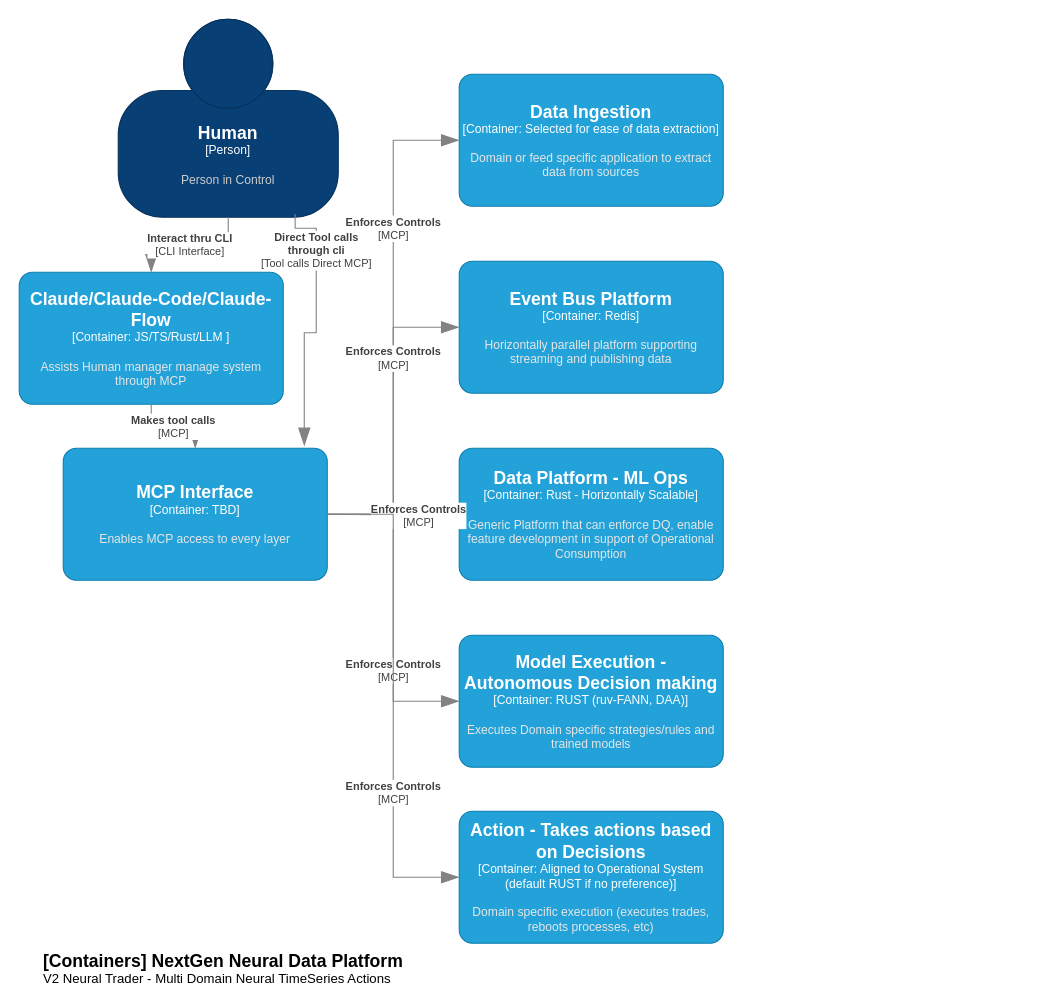
Earlier version of the draw.io diagram product/features/v2Planning/NextGenV2HighLevelC4Container.drawio (dug-21/neural-data-platform). Source tidied: cells renumbered, new cells numbered last; positions are measured from the earlier drawing's top-left corner, leaving out a move shared by most shapes. Both pictures are drawn from the tidied source at 110%, with x=0, y=0 at pixel (19, 19).
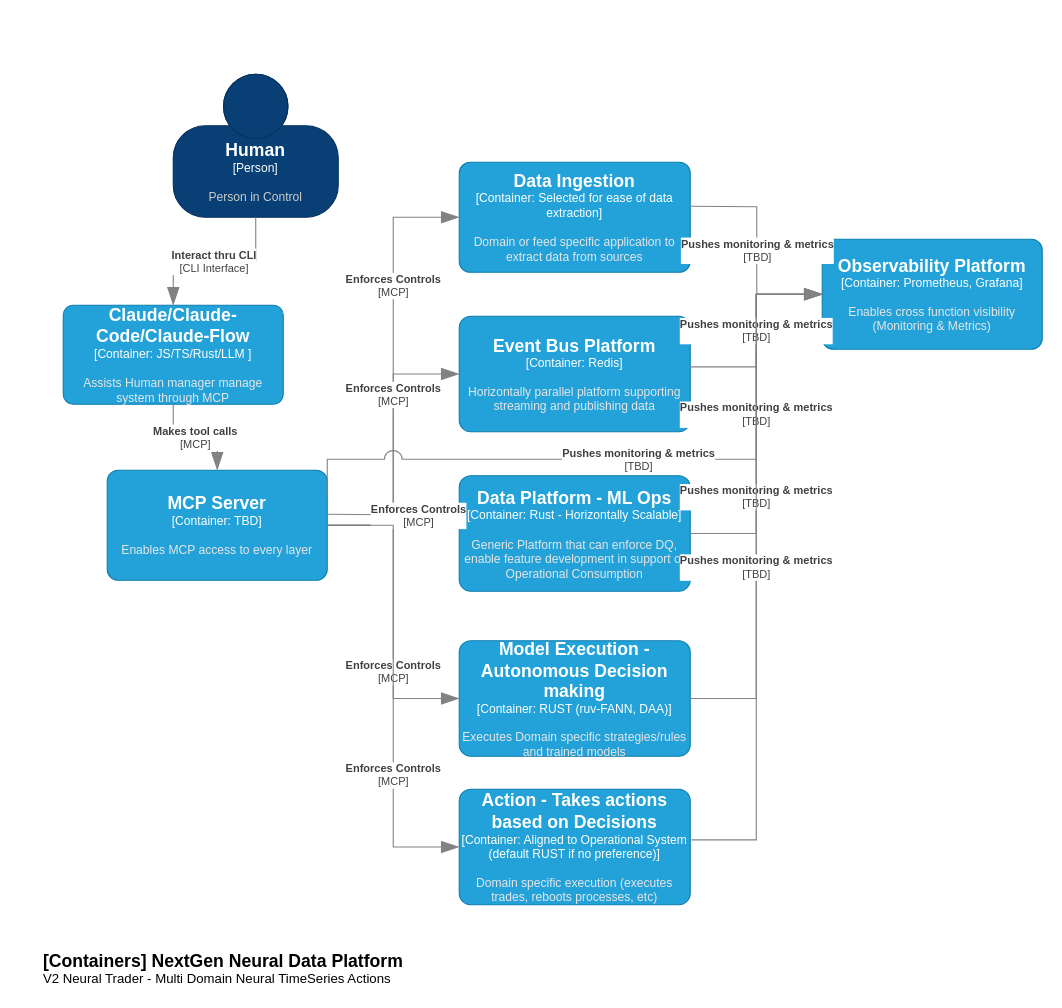
After the change.

Diff of the diagram source:
```diff
@@
     <object id="2" label="&lt;font style=&quot;font-size: 16px&quot;&gt;&lt;b&gt;%c4Name%&lt;/b&gt;&lt;/font&gt;&lt;div&gt;[%c4Type%: %c4Technology%]&lt;/div&gt;&lt;br&gt;&lt;div&gt;&lt;font style=&quot;font-size: 11px&quot;&gt;&lt;font color=&quot;#E6E6E6&quot;&gt;%c4Description%&lt;/font&gt;&lt;/div&gt;" c4Description="Domain or feed specific application to extract data from sources" c4Name="Data Ingestion" c4Technology="Selected for ease of data extraction" c4Type="Container" placeholders="1">
       <mxCell style="rounded=1;whiteSpace=wrap;html=1;fontSize=11;labelBackgroundColor=none;fillColor=#23A2D9;fontColor=#ffffff;align=center;arcSize=10;strokeColor=#0E7DAD;points=[[0.25,0,0],[0.5,0,0],[0.75,0,0],[1,0.25,0],[1,0.5,0],[1,0.75,0],[0.75,1,0],[0.5,1,0],[0.25,1,0],[0,0.75,0],[0,0.5,0],[0,0.25,0]];" parent="1" vertex="1">
-        <mxGeometry x="400" y="50" width="240" height="120" as="geometry" />
+        <mxGeometry x="400" y="130" width="210" height="100" as="geometry" />
       </mxCell>
     </object>
     <object id="3" label="&lt;font style=&quot;font-size: 16px&quot;&gt;&lt;b&gt;%c4Name%&lt;/b&gt;&lt;/font&gt;&lt;div&gt;[%c4Type%: %c4Technology%]&lt;/div&gt;&lt;br&gt;&lt;div&gt;&lt;font style=&quot;font-size: 11px&quot;&gt;&lt;font color=&quot;#E6E6E6&quot;&gt;%c4Description%&lt;/font&gt;&lt;/div&gt;" c4Description="Horizontally parallel platform supporting streaming and publishing data" c4Name="Event Bus Platform" c4Technology="Redis" c4Type="Container" placeholders="1">
       <mxCell style="rounded=1;whiteSpace=wrap;html=1;fontSize=11;labelBackgroundColor=none;fillColor=#23A2D9;fontColor=#ffffff;align=center;arcSize=10;strokeColor=#0E7DAD;points=[[0.25,0,0],[0.5,0,0],[0.75,0,0],[1,0.25,0],[1,0.5,0],[1,0.75,0],[0.75,1,0],[0.5,1,0],[0.25,1,0],[0,0.75,0],[0,0.5,0],[0,0.25,0]];" parent="1" vertex="1">
-        <mxGeometry x="400" y="220" width="240" height="120" as="geometry" />
+        <mxGeometry x="400" y="270" width="210" height="105" as="geometry" />
       </mxCell>
     </object>
     <object id="4" label="&lt;font style=&quot;font-size: 16px&quot;&gt;&lt;b&gt;%c4Name%&lt;/b&gt;&lt;/font&gt;&lt;div&gt;[%c4Type%: %c4Technology%]&lt;/div&gt;&lt;br&gt;&lt;div&gt;&lt;font style=&quot;font-size: 11px&quot;&gt;&lt;font color=&quot;#E6E6E6&quot;&gt;%c4Description%&lt;/font&gt;&lt;/div&gt;" c4Description="Generic Platform that can enforce DQ, enable feature development in support of Operational Consumption" c4Name="Data Platform - ML Ops" c4Technology="Rust - Horizontally Scalable" c4Type="Container" placeholders="1">
       <mxCell style="rounded=1;whiteSpace=wrap;html=1;fontSize=11;labelBackgroundColor=none;fillColor=#23A2D9;fontColor=#ffffff;align=center;arcSize=10;strokeColor=#0E7DAD;points=[[0.25,0,0],[0.5,0,0],[0.75,0,0],[1,0.25,0],[1,0.5,0],[1,0.75,0],[0.75,1,0],[0.5,1,0],[0.25,1,0],[0,0.75,0],[0,0.5,0],[0,0.25,0]];" parent="1" vertex="1">
-        <mxGeometry x="400" y="390" width="240" height="120" as="geometry" />
+        <mxGeometry x="400" y="415" width="210" height="105" as="geometry" />
       </mxCell>
     </object>
     <object id="5" label="&lt;font style=&quot;font-size: 16px&quot;&gt;&lt;b&gt;%c4Name%&lt;/b&gt;&lt;/font&gt;&lt;div&gt;[%c4Type%: %c4Technology%]&lt;/div&gt;&lt;br&gt;&lt;div&gt;&lt;font style=&quot;font-size: 11px&quot;&gt;&lt;font color=&quot;#E6E6E6&quot;&gt;%c4Description%&lt;/font&gt;&lt;/div&gt;" c4Description="Executes Domain specific strategies/rules and trained models" c4Name="Model Execution - Autonomous Decision making" c4Technology="RUST (ruv-FANN, DAA)" c4Type="Container" placeholders="1">
       <mxCell style="rounded=1;whiteSpace=wrap;html=1;fontSize=11;labelBackgroundColor=none;fillColor=#23A2D9;fontColor=#ffffff;align=center;arcSize=10;strokeColor=#0E7DAD;points=[[0.25,0,0],[0.5,0,0],[0.75,0,0],[1,0.25,0],[1,0.5,0],[1,0.75,0],[0.75,1,0],[0.5,1,0],[0.25,1,0],[0,0.75,0],[0,0.5,0],[0,0.25,0]];" parent="1" vertex="1">
-        <mxGeometry x="400" y="560" width="240" height="120" as="geometry" />
+        <mxGeometry x="400" y="565" width="210" height="105" as="geometry" />
       </mxCell>
     </object>
     <object id="6" label="&lt;font style=&quot;font-size: 16px&quot;&gt;&lt;b&gt;%c4Name%&lt;/b&gt;&lt;/font&gt;&lt;div&gt;[%c4Type%: %c4Technology%]&lt;/div&gt;&lt;br&gt;&lt;div&gt;&lt;font style=&quot;font-size: 11px&quot;&gt;&lt;font color=&quot;#E6E6E6&quot;&gt;%c4Description%&lt;/font&gt;&lt;/div&gt;" c4Description="Domain specific execution (executes trades, reboots processes, etc)" c4Name="Action - Takes actions based on Decisions" c4Technology="Aligned to Operational System (default RUST if no preference)" c4Type="Container" placeholders="1">
       <mxCell style="rounded=1;whiteSpace=wrap;html=1;fontSize=11;labelBackgroundColor=none;fillColor=#23A2D9;fontColor=#ffffff;align=center;arcSize=10;strokeColor=#0E7DAD;points=[[0.25,0,0],[0.5,0,0],[0.75,0,0],[1,0.25,0],[1,0.5,0],[1,0.75,0],[0.75,1,0],[0.5,1,0],[0.25,1,0],[0,0.75,0],[0,0.5,0],[0,0.25,0]];" parent="1" vertex="1">
-        <mxGeometry x="400" y="720" width="240" height="120" as="geometry" />
+        <mxGeometry x="400" y="700" width="210" height="105" as="geometry" />
       </mxCell>
     </object>
-    <object id="7" label="&lt;font style=&quot;font-size: 16px&quot;&gt;&lt;b&gt;%c4Name%&lt;/b&gt;&lt;/font&gt;&lt;div&gt;[%c4Type%: %c4Technology%]&lt;/div&gt;&lt;br&gt;&lt;div&gt;&lt;font style=&quot;font-size: 11px&quot;&gt;&lt;font color=&quot;#E6E6E6&quot;&gt;%c4Description%&lt;/font&gt;&lt;/div&gt;" c4Description="Enables MCP access to every layer" c4Name="MCP Interface" c4Technology="TBD" c4Type="Container" placeholders="1">
+    <object id="7" label="&lt;font style=&quot;font-size: 16px&quot;&gt;&lt;b&gt;%c4Name%&lt;/b&gt;&lt;/font&gt;&lt;div&gt;[%c4Type%: %c4Technology%]&lt;/div&gt;&lt;br&gt;&lt;div&gt;&lt;font style=&quot;font-size: 11px&quot;&gt;&lt;font color=&quot;#E6E6E6&quot;&gt;%c4Description%&lt;/font&gt;&lt;/div&gt;" c4Description="Enables MCP access to every layer" c4Name="MCP Server" c4Technology="TBD" c4Type="Container" placeholders="1">
       <mxCell style="rounded=1;whiteSpace=wrap;html=1;fontSize=11;labelBackgroundColor=none;fillColor=#23A2D9;fontColor=#ffffff;align=center;arcSize=10;strokeColor=#0E7DAD;points=[[0.25,0,0],[0.5,0,0],[0.75,0,0],[1,0.25,0],[1,0.5,0],[1,0.75,0],[0.75,1,0],[0.5,1,0],[0.25,1,0],[0,0.75,0],[0,0.5,0],[0,0.25,0]];" parent="1" vertex="1">
-        <mxGeometry x="40" y="390" width="240" height="120" as="geometry" />
+        <mxGeometry x="80" y="410" width="200" height="100" as="geometry" />
       </mxCell>
     </object>
     <object id="8" label="&lt;font style=&quot;font-size: 16px&quot;&gt;&lt;b&gt;%c4Name%&lt;/b&gt;&lt;/font&gt;&lt;div&gt;[%c4Type%: %c4Technology%]&lt;/div&gt;&lt;br&gt;&lt;div&gt;&lt;font style=&quot;font-size: 11px&quot;&gt;&lt;font color=&quot;#E6E6E6&quot;&gt;%c4Description%&lt;/font&gt;&lt;/div&gt;" c4Description="Assists Human manager manage system through MCP" c4Name="Claude/Claude-Code/Claude-Flow" c4Technology="JS/TS/Rust/LLM " c4Type="Container" placeholders="1">
       <mxCell style="rounded=1;whiteSpace=wrap;html=1;fontSize=11;labelBackgroundColor=none;fillColor=#23A2D9;fontColor=#ffffff;align=center;arcSize=10;strokeColor=#0E7DAD;points=[[0.25,0,0],[0.5,0,0],[0.75,0,0],[1,0.25,0],[1,0.5,0],[1,0.75,0],[0.75,1,0],[0.5,1,0],[0.25,1,0],[0,0.75,0],[0,0.5,0],[0,0.25,0]];" parent="1" vertex="1">
-        <mxGeometry y="230" width="240" height="120" as="geometry" />
+        <mxGeometry x="40" y="260" width="200" height="90" as="geometry" />
       </mxCell>
     </object>
     <object id="9" label="&lt;font style=&quot;font-size: 16px&quot;&gt;&lt;b&gt;%c4Name%&lt;/b&gt;&lt;/font&gt;&lt;div&gt;[%c4Type%]&lt;/div&gt;&lt;br&gt;&lt;div&gt;&lt;font style=&quot;font-size: 11px&quot;&gt;&lt;font color=&quot;#cccccc&quot;&gt;%c4Description%&lt;/font&gt;&lt;/div&gt;" c4Description="Person in Control" c4Name="Human" c4Type="Person" placeholders="1">
       <mxCell style="html=1;fontSize=11;dashed=0;whiteSpace=wrap;fillColor=#083F75;strokeColor=#06315C;fontColor=#ffffff;shape=mxgraph.c4.person2;align=center;points=[[0.5,0,0],[1,0.5,0],[1,0.75,0],[0.75,1,0],[0.5,1,0],[0.25,1,0],[0,0.75,0],[0,0.5,0]];" parent="1" vertex="1">
-        <mxGeometry x="90" width="200" height="180" as="geometry" />
+        <mxGeometry x="140" y="50" width="150" height="130" as="geometry" />
       </mxCell>
     </object>
@@
-    <object id="17" label="&lt;div style=&quot;text-align: left&quot;&gt;&lt;div style=&quot;text-align: center&quot;&gt;&lt;b&gt;%c4Description%&lt;/b&gt;&lt;/div&gt;&lt;div style=&quot;text-align: center&quot;&gt;[%c4Technology%]&lt;/div&gt;&lt;/div&gt;" c4Description="Direct Tool calls &#10;through cli" c4Technology="Tool calls Direct MCP" placeholders="1">
-      <mxCell style="endArrow=blockThin;html=1;fontSize=10;fontColor=#404040;strokeWidth=1;endFill=1;strokeColor=#828282;elbow=vertical;endSize=14;startSize=14;jumpStyle=arc;jumpSize=16;rounded=0;edgeStyle=orthogonalEdgeStyle;entryX=0.913;entryY=-0.018;entryDx=0;entryDy=0;entryPerimeter=0;exitX=0.804;exitY=0.983;exitDx=0;exitDy=0;exitPerimeter=0;" parent="1" edge="1" source="9" target="7">
-        <mxGeometry x="-0.57" relative="1" as="geometry">
-          <Array as="points">
-            <mxPoint x="251" y="190" />
-            <mxPoint x="270" y="190" />
-            <mxPoint x="270" y="285" />
-            <mxPoint x="259" y="285" />
-          </Array>
-        </mxGeometry>
-      </mxCell>
-    </object>
@@
+    <object id="19" label="&lt;font style=&quot;font-size: 16px&quot;&gt;&lt;b&gt;%c4Name%&lt;/b&gt;&lt;/font&gt;&lt;div&gt;[%c4Type%: %c4Technology%]&lt;/div&gt;&lt;br&gt;&lt;div&gt;&lt;font style=&quot;font-size: 11px&quot;&gt;&lt;font color=&quot;#E6E6E6&quot;&gt;%c4Description%&lt;/font&gt;&lt;/div&gt;" c4Description="Enables cross function visibility (Monitoring &amp; Metrics)" c4Name="Observability Platform" c4Technology="Prometheus, Grafana" c4Type="Container" placeholders="1">
+      <mxCell style="rounded=1;whiteSpace=wrap;html=1;fontSize=11;labelBackgroundColor=none;fillColor=#23A2D9;fontColor=#ffffff;align=center;arcSize=10;strokeColor=#0E7DAD;points=[[0.25,0,0],[0.5,0,0],[0.75,0,0],[1,0.25,0],[1,0.5,0],[1,0.75,0],[0.75,1,0],[0.5,1,0],[0.25,1,0],[0,0.75,0],[0,0.5,0],[0,0.25,0]];" parent="1" vertex="1">
+        <mxGeometry x="730" y="200" width="200" height="100" as="geometry" />
+      </mxCell>
+    </object>
+    <object id="20" label="&lt;div style=&quot;text-align: left&quot;&gt;&lt;div style=&quot;text-align: center&quot;&gt;&lt;b&gt;%c4Description%&lt;/b&gt;&lt;/div&gt;&lt;div style=&quot;text-align: center&quot;&gt;[%c4Technology%]&lt;/div&gt;&lt;/div&gt;" c4Description="Pushes monitoring &amp; metrics" c4Technology="TBD" placeholders="1">
+      <mxCell style="endArrow=blockThin;html=1;fontSize=10;fontColor=#404040;strokeWidth=1;endFill=1;strokeColor=#828282;elbow=vertical;endSize=14;startSize=14;jumpStyle=arc;jumpSize=16;rounded=0;edgeStyle=orthogonalEdgeStyle;entryX=0;entryY=0.5;entryDx=0;entryDy=0;entryPerimeter=0;" parent="1" edge="1" target="19">
+        <mxGeometry relative="1" as="geometry">
+          <mxPoint x="610" y="170" as="sourcePoint" />
+        </mxGeometry>
+      </mxCell>
+    </object>
+    <object id="21" label="&lt;div style=&quot;text-align: left&quot;&gt;&lt;div style=&quot;text-align: center&quot;&gt;&lt;b&gt;%c4Description%&lt;/b&gt;&lt;/div&gt;&lt;div style=&quot;text-align: center&quot;&gt;[%c4Technology%]&lt;/div&gt;&lt;/div&gt;" c4Description="Pushes monitoring &amp; metrics" c4Technology="TBD" placeholders="1">
+      <mxCell style="endArrow=blockThin;html=1;fontSize=10;fontColor=#404040;strokeWidth=1;endFill=1;strokeColor=#828282;elbow=vertical;endSize=14;startSize=14;jumpStyle=arc;jumpSize=16;rounded=0;edgeStyle=orthogonalEdgeStyle;entryX=0;entryY=0.5;entryDx=0;entryDy=0;entryPerimeter=0;exitX=1;exitY=0.5;exitDx=0;exitDy=0;exitPerimeter=0;" parent="1" edge="1" source="4" target="19">
+        <mxGeometry relative="1" as="geometry" />
+      </mxCell>
+    </object>
+    <object id="22" label="&lt;div style=&quot;text-align: left&quot;&gt;&lt;div style=&quot;text-align: center&quot;&gt;&lt;b&gt;%c4Description%&lt;/b&gt;&lt;/div&gt;&lt;div style=&quot;text-align: center&quot;&gt;[%c4Technology%]&lt;/div&gt;&lt;/div&gt;" c4Description="Pushes monitoring &amp; metrics" c4Technology="TBD" placeholders="1">
+      <mxCell style="endArrow=blockThin;html=1;fontSize=10;fontColor=#404040;strokeWidth=1;endFill=1;strokeColor=#828282;elbow=vertical;endSize=14;startSize=14;jumpStyle=arc;jumpSize=16;rounded=0;edgeStyle=orthogonalEdgeStyle;entryX=0;entryY=0.5;entryDx=0;entryDy=0;entryPerimeter=0;exitX=1;exitY=0.5;exitDx=0;exitDy=0;exitPerimeter=0;" parent="1" edge="1" source="5" target="19">
+        <mxGeometry relative="1" as="geometry" />
+      </mxCell>
+    </object>
+    <object id="23" label="&lt;div style=&quot;text-align: left&quot;&gt;&lt;div style=&quot;text-align: center&quot;&gt;&lt;b&gt;%c4Description%&lt;/b&gt;&lt;/div&gt;&lt;div style=&quot;text-align: center&quot;&gt;[%c4Technology%]&lt;/div&gt;&lt;/div&gt;" c4Description="Pushes monitoring &amp; metrics" c4Technology="TBD" placeholders="1">
+      <mxCell style="endArrow=blockThin;html=1;fontSize=10;fontColor=#404040;strokeWidth=1;endFill=1;strokeColor=#828282;elbow=vertical;endSize=14;startSize=14;jumpStyle=arc;jumpSize=16;rounded=0;edgeStyle=orthogonalEdgeStyle;exitX=0.995;exitY=0.438;exitDx=0;exitDy=0;exitPerimeter=0;" parent="1" edge="1" source="3" target="19">
+        <mxGeometry relative="1" as="geometry" />
+      </mxCell>
+    </object>
+    <object id="24" label="&lt;div style=&quot;text-align: left&quot;&gt;&lt;div style=&quot;text-align: center&quot;&gt;&lt;b&gt;%c4Description%&lt;/b&gt;&lt;/div&gt;&lt;div style=&quot;text-align: center&quot;&gt;[%c4Technology%]&lt;/div&gt;&lt;/div&gt;" c4Description="Pushes monitoring &amp; metrics" c4Technology="TBD" placeholders="1">
+      <mxCell style="endArrow=blockThin;html=1;fontSize=10;fontColor=#404040;strokeWidth=1;endFill=1;strokeColor=#828282;elbow=vertical;endSize=14;startSize=14;jumpStyle=arc;jumpSize=16;rounded=0;edgeStyle=orthogonalEdgeStyle;entryX=0;entryY=0.5;entryDx=0;entryDy=0;entryPerimeter=0;exitX=1.005;exitY=0.438;exitDx=0;exitDy=0;exitPerimeter=0;" parent="1" edge="1" source="6" target="19">
+        <mxGeometry relative="1" as="geometry" />
+      </mxCell>
+    </object>
+    <object id="25" label="&lt;div style=&quot;text-align: left&quot;&gt;&lt;div style=&quot;text-align: center&quot;&gt;&lt;b&gt;%c4Description%&lt;/b&gt;&lt;/div&gt;&lt;div style=&quot;text-align: center&quot;&gt;[%c4Technology%]&lt;/div&gt;&lt;/div&gt;" c4Description="Pushes monitoring &amp; metrics" c4Technology="TBD" placeholders="1">
+      <mxCell style="endArrow=blockThin;html=1;fontSize=10;fontColor=#404040;strokeWidth=1;endFill=1;strokeColor=#828282;elbow=vertical;endSize=14;startSize=14;jumpStyle=arc;jumpSize=16;rounded=0;edgeStyle=orthogonalEdgeStyle;entryX=0;entryY=0.5;entryDx=0;entryDy=0;entryPerimeter=0;exitX=1;exitY=0.25;exitDx=0;exitDy=0;exitPerimeter=0;" parent="1" edge="1" source="7" target="19">
+        <mxGeometry relative="1" as="geometry">
+          <Array as="points">
+            <mxPoint x="280" y="400" />
+            <mxPoint x="670" y="400" />
+            <mxPoint x="670" y="250" />
+          </Array>
+        </mxGeometry>
+      </mxCell>
+    </object>
```
